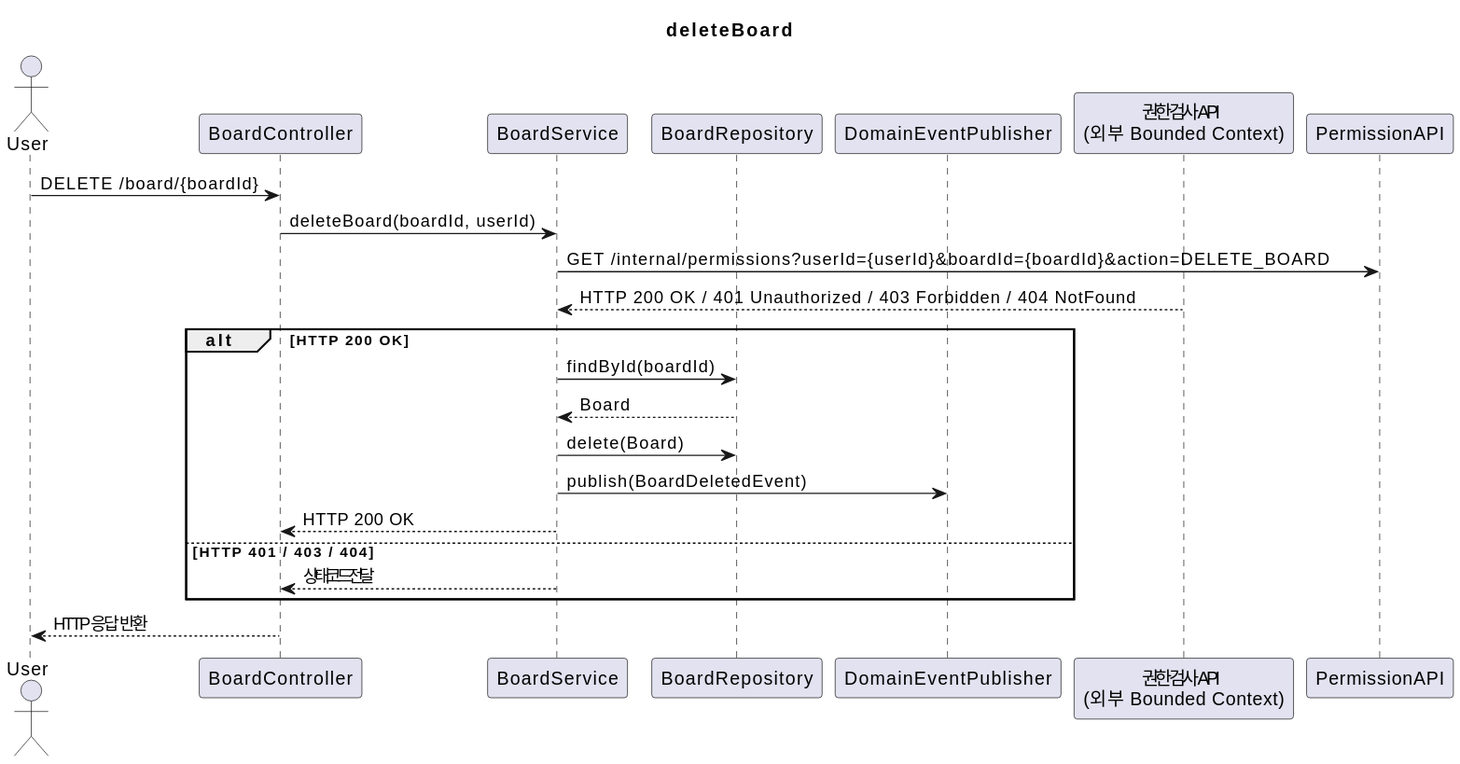
The PlantUML diagram document/puml/event/externalAPI/boardContext/boardAggregate/deleteBoard.svg in SimpleBoardTeam/server-hyunchang, before a commit.
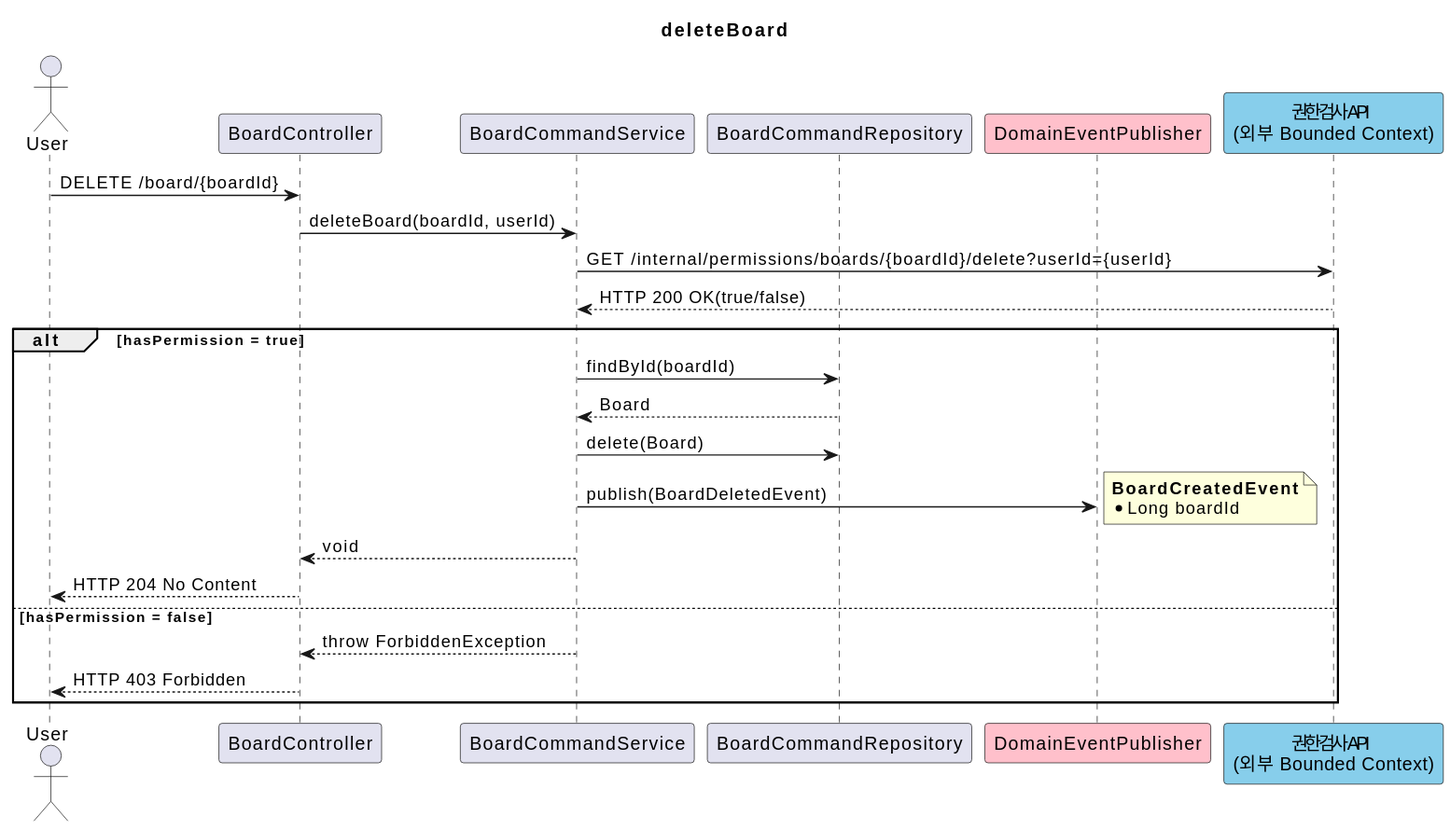
Above is the later version.

Diff of the diagram source:
```diff
@@ -3,29 +3,32 @@
 
 actor User
 participant BoardController
-participant BoardService
-participant BoardRepository
-participant DomainEventPublisher
+participant BoardCommandService
+participant BoardCommandRepository
+participant DomainEventPublisher #pink
 
-participant PermissionContextAPI as "권한검사 API \n(외부 Bounded Context)"
+participant PermissionContextAPI as "권한검사 API \n(외부 Bounded Context)" #skyblue
 
 User -> BoardController : DELETE /board/{boardId}
-BoardController -> BoardService : deleteBoard(boardId, userId)
+BoardController -> BoardCommandService : deleteBoard(boardId, userId)
 
-BoardService -> PermissionAPI : GET /internal/permissions?userId={userId}&boardId={boardId}&action=DELETE_BOARD
-PermissionContextAPI --> BoardService : HTTP 200 OK / 401 Unauthorized / 403 Forbidden / 404 NotFound
+BoardCommandService -> PermissionContextAPI : GET /internal/permissions/boards/{boardId}/delete?userId={userId}
+PermissionContextAPI --> BoardCommandService : HTTP 200 OK(true/false)
 
-alt HTTP 200 OK
-    BoardService -> BoardRepository : findById(boardId)
-    BoardRepository --> BoardService : Board
+alt hasPermission = true
+  BoardCommandService -> BoardCommandRepository : findById(boardId)
+  BoardCommandRepository --> BoardCommandService : Board
 
-    BoardService -> BoardRepository : delete(Board)
-    BoardService -> DomainEventPublisher : publish(BoardDeletedEvent)
-
-    BoardService --> BoardController : HTTP 200 OK
-else HTTP 401 / 403 / 404
-    BoardService --> BoardController : 상태 코드 전달
+  BoardCommandService -> BoardCommandRepository : delete(Board)
+  BoardCommandService -> DomainEventPublisher : publish(BoardDeletedEvent)
+note right
+<b>BoardCreatedEvent</b>
+* Long boardId
+end note
+  BoardCommandService --> BoardController : void
+  BoardController --> User : HTTP 204 No Content
+else hasPermission = false
+  BoardCommandService --> BoardController : throw ForbiddenException
+  BoardController --> User : HTTP 403 Forbidden
 end
-
-BoardController --> User : HTTP 응답 반환
 @enduml
```
